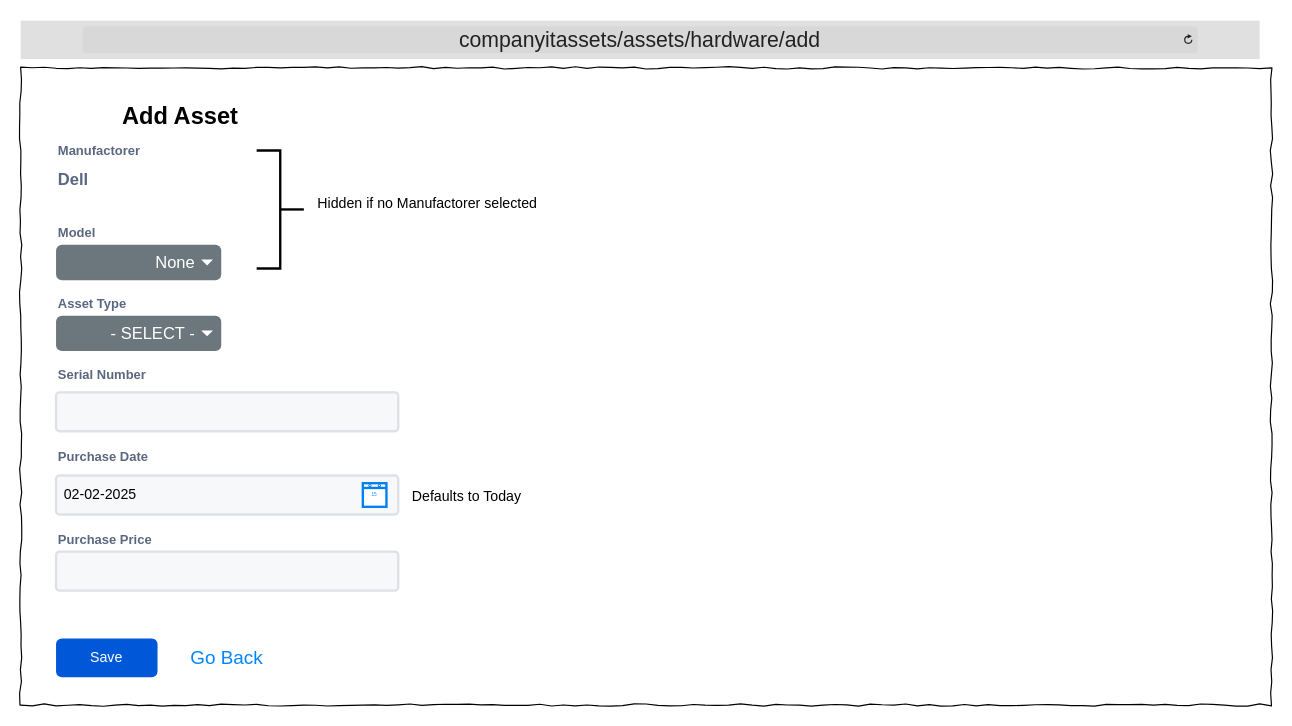
This is Wireframes/ITAT_HWAssets_Add.drawio from TRed91/ITAssetTracking, a draw.io file, before an edit. Source tidied: cells renumbered, new cells numbered last; positions are measured from the earlier drawing's top-left corner, leaving out a move shared by most shapes. Both pictures are drawn from the tidied source at 118%, with x=0, y=0 at pixel (20, 20).
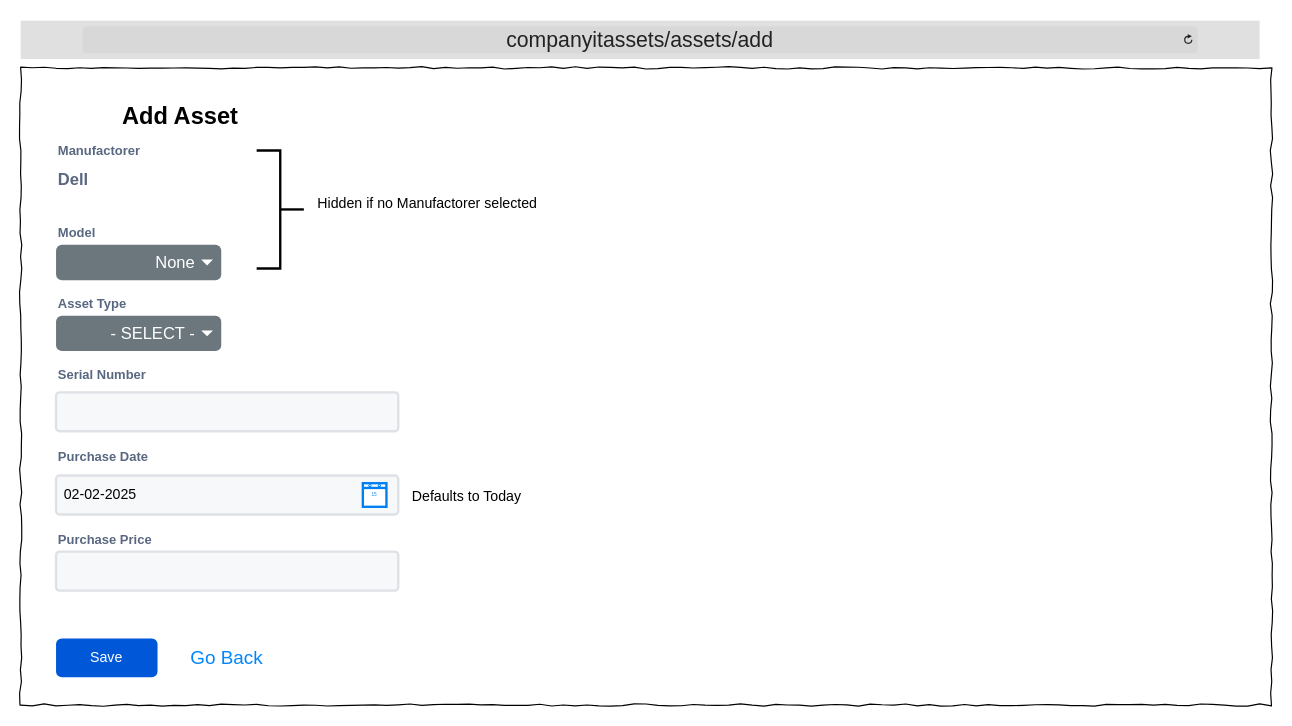
The same diagram, later.

The edit, as a diff of the source:
```diff
@@
-    <mxCell id="4" value="&lt;font style=&quot;font-size: 18px;&quot;&gt;companyitassets/assets/hardware/add&lt;/font&gt;" style="html=1;strokeWidth=1;shadow=0;dashed=0;shape=mxgraph.ios7ui.url;fillColor=#e0e0e0;strokeColor=#c0c0c0;buttonText=;strokeColor2=#222222;fontColor=#222222;fontSize=8;spacingTop=2;align=center;whiteSpace=wrap;" parent="1" vertex="1">
+    <mxCell id="4" value="&lt;font style=&quot;font-size: 18px;&quot;&gt;companyitassets/assets/add&lt;/font&gt;" style="html=1;strokeWidth=1;shadow=0;dashed=0;shape=mxgraph.ios7ui.url;fillColor=#e0e0e0;strokeColor=#c0c0c0;buttonText=;strokeColor2=#222222;fontColor=#222222;fontSize=8;spacingTop=2;align=center;whiteSpace=wrap;" parent="1" vertex="1">
       <mxGeometry width="1050" height="32.5" as="geometry" />
     </mxCell>
```
